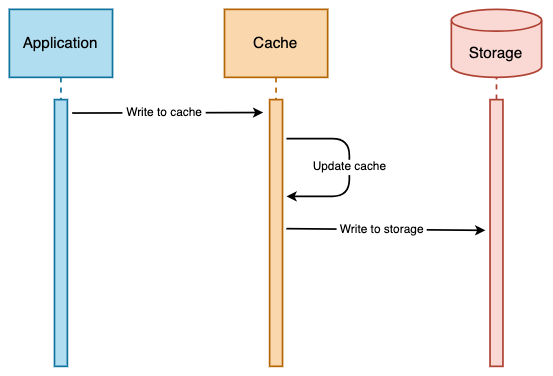
Before: images/caching-strategies_write-through.png, a diagram exported from draw.io (abhinav-nath/system-design). Source tidied: cells renumbered, new cells last; positions are measured from the earlier drawing's top-left corner, leaving out a move shared by most shapes.
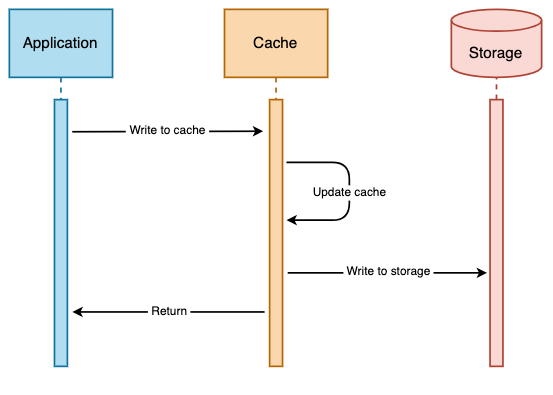
Later version of the same file.

Commit message:
Update diagrams for Caching Strategies

Change to the diagram source:
```diff
@@ -2,63 +2,72 @@
   <root>
     <mxCell id="0" />
     <mxCell id="1" parent="0" />
-    <mxCell id="2" value="Cache" style="shape=umlLifeline;perimeter=lifelinePerimeter;rounded=0;shadow=0;strokeWidth=1;fontSize=9;fillColor=#fad7ac;strokeColor=#b46504;" parent="1" vertex="1">
-      <mxGeometry x="126.6" width="60.7" height="180" as="geometry" />
+    <mxCell id="2" style="group;" parent="1" vertex="1">
+      <mxGeometry x="126.6" width="313.1" height="220" as="geometry" />
     </mxCell>
-    <mxCell id="3" style="verticalAlign=bottom;endArrow=classic;shadow=0;strokeWidth=1;endFill=1;endSize=3;" parent="1" edge="1">
-      <mxGeometry relative="1" as="geometry">
-        <mxPoint x="37" y="61" as="sourcePoint" />
-        <mxPoint x="149.3" y="60.7" as="targetPoint" />
-      </mxGeometry>
+    <mxCell id="3" value="Cache" style="shape=umlLifeline;perimeter=lifelinePerimeter;rounded=0;shadow=0;strokeWidth=1;fontSize=9;fillColor=#fad7ac;strokeColor=#b46504;" parent="2" vertex="1">
+      <mxGeometry x="126.6" width="60.7" height="180" as="geometry" />
     </mxCell>
-    <mxCell id="4" value="&amp;nbsp;Write to cache&amp;nbsp;" style="edgeLabel;html=1;align=center;verticalAlign=middle;fontSize=7;" parent="3" vertex="1">
-      <mxGeometry x="-0.12" y="2" relative="1" as="geometry">
-        <mxPoint x="5" y="2" as="offset" />
+    <mxCell id="4" style="verticalAlign=bottom;endArrow=classic;shadow=0;strokeWidth=1;endFill=1;endSize=3;" parent="2" edge="1">
+      <mxGeometry relative="1" as="geometry">
+        <mxPoint x="37" y="72" as="sourcePoint" />
+        <mxPoint x="149.3" y="71.7" as="targetPoint" />
       </mxGeometry>
     </mxCell>
-    <mxCell id="5" style="perimeter=orthogonalPerimeter;rounded=0;shadow=0;strokeWidth=1;fillColor=#fad7ac;strokeColor=#b46504;" parent="1" vertex="1">
-      <mxGeometry x="153.1" y="53.1" width="7.6" height="156.9" as="geometry" />
+    <mxCell id="5" value="&amp;nbsp;Write to cache&amp;nbsp;" style="edgeLabel;html=1;align=center;verticalAlign=middle;fontSize=7;" parent="4" vertex="1">
+      <mxGeometry relative="1" as="geometry" />
     </mxCell>
-    <mxCell id="6" style="endArrow=classic;startArrow=none;html=1;rounded=0;fontSize=11;endSize=3;startSize=3;jumpSize=6;startFill=0;" parent="1" edge="1">
-      <mxGeometry relative="1" as="geometry">
-        <mxPoint x="163" y="129" as="sourcePoint" />
-        <mxPoint x="280" y="130" as="targetPoint" />
-      </mxGeometry>
+    <mxCell id="6" style="perimeter=orthogonalPerimeter;rounded=0;shadow=0;strokeWidth=1;fillColor=#fad7ac;strokeColor=#b46504;" parent="2" vertex="1">
+      <mxGeometry x="153.1" y="53.1" width="7.6" height="156.9" as="geometry" />
     </mxCell>
-    <mxCell id="7" value="&amp;nbsp;Write to storage&amp;nbsp;" style="edgeLabel;html=1;align=center;verticalAlign=middle;fontSize=7;" parent="6" vertex="1">
-      <mxGeometry x="0.3" relative="1" as="geometry">
-        <mxPoint x="-20" as="offset" />
+    <mxCell id="7" style="endArrow=classic;startArrow=none;html=1;rounded=0;fontSize=11;endSize=3;startSize=3;jumpSize=6;startFill=0;" parent="2" edge="1">
+      <mxGeometry relative="1" as="geometry">
+        <mxPoint x="163.8" y="155" as="sourcePoint" />
+        <mxPoint x="281" y="155" as="targetPoint" />
       </mxGeometry>
     </mxCell>
-    <mxCell id="8" style="endArrow=classic;html=1;rounded=1;strokeWidth=1;fontSize=9;startSize=3;endSize=3;jumpSize=6;" parent="1" edge="1">
-      <mxGeometry relative="1" as="geometry">
-        <mxPoint x="163" y="76" as="sourcePoint" />
-        <mxPoint x="163" y="110" as="targetPoint" />
-        <Array as="points">
-          <mxPoint x="200" y="76" />
-          <mxPoint x="200" y="110" />
-        </Array>
-      </mxGeometry>
+    <mxCell id="8" value="&amp;nbsp;Write to storage&amp;nbsp;" style="edgeLabel;html=1;align=center;verticalAlign=middle;fontSize=7;" parent="7" vertex="1">
+      <mxGeometry relative="1" as="geometry" />
     </mxCell>
-    <mxCell id="9" value="Update cache" style="edgeLabel;html=1;align=center;verticalAlign=middle;fontSize=7;" parent="8" vertex="1">
-      <mxGeometry x="-0.05" relative="1" as="geometry">
-        <mxPoint y="2" as="offset" />
+    <mxCell id="9" style="endArrow=classic;html=1;rounded=1;strokeWidth=1;fontSize=9;startSize=3;endSize=3;jumpSize=6;" parent="2" edge="1">
+      <mxGeometry relative="1" as="geometry">
+        <mxPoint x="163" y="90" as="sourcePoint" />
+        <mxPoint x="163" y="124" as="targetPoint" />
+        <Array as="points">
+          <mxPoint x="200" y="90" />
+          <mxPoint x="200" y="124" />
+        </Array>
       </mxGeometry>
     </mxCell>
-    <mxCell id="10" value="&lt;font style=&quot;font-size: 9px;&quot;&gt;Storage&lt;/font&gt;" style="shape=cylinder3;whiteSpace=wrap;html=1;boundedLbl=1;backgroundOutline=1;size=6.428571428571374;fillColor=#fad9d5;strokeColor=#ae4132;" parent="1" vertex="1">
-      <mxGeometry x="260" width="53.1" height="40" as="geometry" />
+    <mxCell id="10" value="Update cache" style="edgeLabel;html=1;align=center;verticalAlign=middle;points=[];fontSize=7;" parent="9" vertex="1">
+      <mxGeometry relative="1" as="geometry" />
     </mxCell>
-    <mxCell id="11" style="endArrow=none;dashed=1;html=1;rounded=0;entryX=0.5;entryY=1;entryDx=0;entryDy=0;entryPerimeter=0;startArrow=none;fillColor=#fad9d5;strokeColor=#ae4132;" parent="1" edge="1" source="12" target="10">
-      <mxGeometry relative="1" as="geometry" />
+    <mxCell id="11" style="group;" parent="2" vertex="1">
+      <mxGeometry x="260" width="53.1" height="220" as="geometry" />
     </mxCell>
-    <mxCell id="12" style="points=[];perimeter=orthogonalPerimeter;rounded=0;shadow=0;strokeWidth=1;fillColor=#fad9d5;strokeColor=#ae4132;" parent="1" vertex="1">
-      <mxGeometry x="282.8" y="53.1" width="7.6" height="156.9" as="geometry" />
+    <mxCell id="12" value="&lt;font style=&quot;font-size: 9px;&quot;&gt;Storage&lt;/font&gt;" style="shape=cylinder3;whiteSpace=wrap;html=1;boundedLbl=1;backgroundOutline=1;size=6.428571428571374;fillColor=#fad9d5;strokeColor=#ae4132;" parent="11" vertex="1">
+      <mxGeometry width="53.1" height="40" as="geometry" />
     </mxCell>
-    <mxCell id="13" value="Application" style="shape=umlLifeline;perimeter=lifelinePerimeter;rounded=0;shadow=0;strokeWidth=1;fontSize=9;fillColor=#b1ddf0;strokeColor=#10739e;" parent="1" vertex="1">
-      <mxGeometry width="60.7" height="210" as="geometry" />
+    <mxCell id="13" style="endArrow=none;dashed=1;html=1;rounded=0;entryX=0.5;entryY=1;entryDx=0;entryDy=0;entryPerimeter=0;startArrow=none;fillColor=#fad9d5;strokeColor=#ae4132;" parent="2" edge="1" source="14" target="12">
+      <mxGeometry relative="1" as="geometry" />
     </mxCell>
-    <mxCell id="14" style="points=[];perimeter=orthogonalPerimeter;rounded=0;shadow=0;strokeWidth=1;fillColor=#b1ddf0;strokeColor=#10739e;" parent="13" vertex="1">
-      <mxGeometry x="26.6" y="53.1" width="7.6" height="156.9" as="geometry" />
+    <mxCell id="14" style="points=[];perimeter=orthogonalPerimeter;rounded=0;shadow=0;strokeWidth=1;fillColor=#fad9d5;strokeColor=#ae4132;" parent="2" vertex="1">
+      <mxGeometry x="282.8" y="53.1" width="7.6" height="156.9" as="geometry" />
     </mxCell>
+    <mxCell id="15" value="Application" style="shape=umlLifeline;perimeter=lifelinePerimeter;rounded=0;shadow=0;strokeWidth=1;fontSize=9;fillColor=#b1ddf0;strokeColor=#10739e;" parent="2" vertex="1">
+      <mxGeometry width="60.7" height="210" as="geometry" />
+    </mxCell>
+    <mxCell id="16" style="perimeter=orthogonalPerimeter;rounded=0;shadow=0;strokeWidth=1;fillColor=#b1ddf0;strokeColor=#10739e;" parent="15" vertex="1">
+      <mxGeometry x="26.6" y="53.1" width="7.6" height="156.9" as="geometry" />
+    </mxCell>
+    <mxCell id="17" style="verticalAlign=bottom;endArrow=classic;shadow=0;strokeWidth=1;endFill=1;endSize=3;" parent="2" edge="1">
+      <mxGeometry relative="1" as="geometry">
+        <mxPoint x="150.1" y="178" as="sourcePoint" />
+        <mxPoint x="37.1" y="178" as="targetPoint" />
+      </mxGeometry>
+    </mxCell>
+    <mxCell id="18" value="&amp;nbsp;Return&amp;nbsp;" style="edgeLabel;html=1;align=center;verticalAlign=middle;fontSize=7;" parent="17" vertex="1">
+      <mxGeometry relative="1" as="geometry" />
+    </mxCell>
   </root>
 </mxGraphModel>
```
